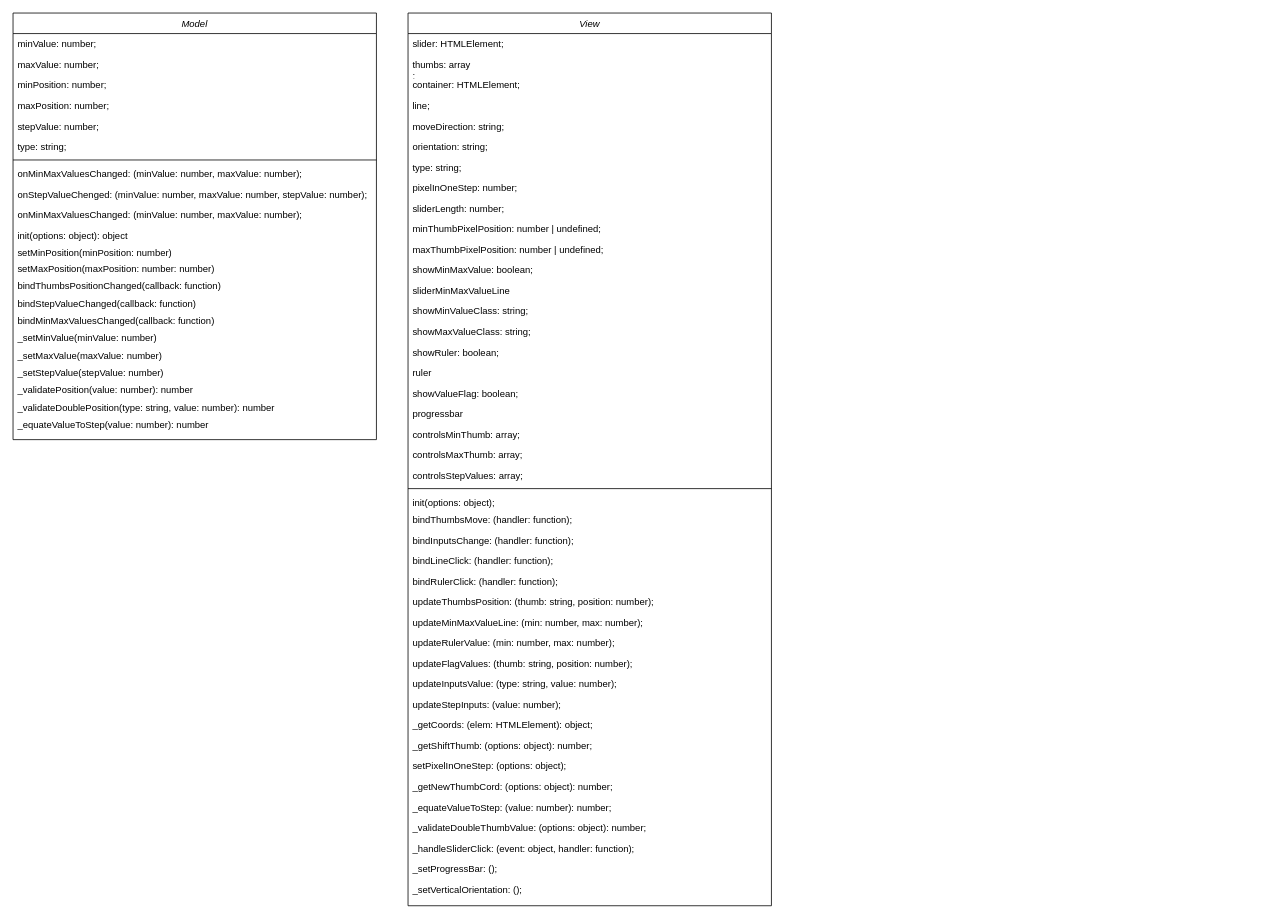
Above: src/Uml.drawio in ZinMari/jq-range-slider (draw.io), before the change. Source tidied: cells renumbered, new cells numbered last; positions are measured from the earlier drawing's top-left corner, leaving out a move shared by most shapes. Both pictures are drawn from the tidied source at 79%, with x=0, y=0 at pixel (13, 13).
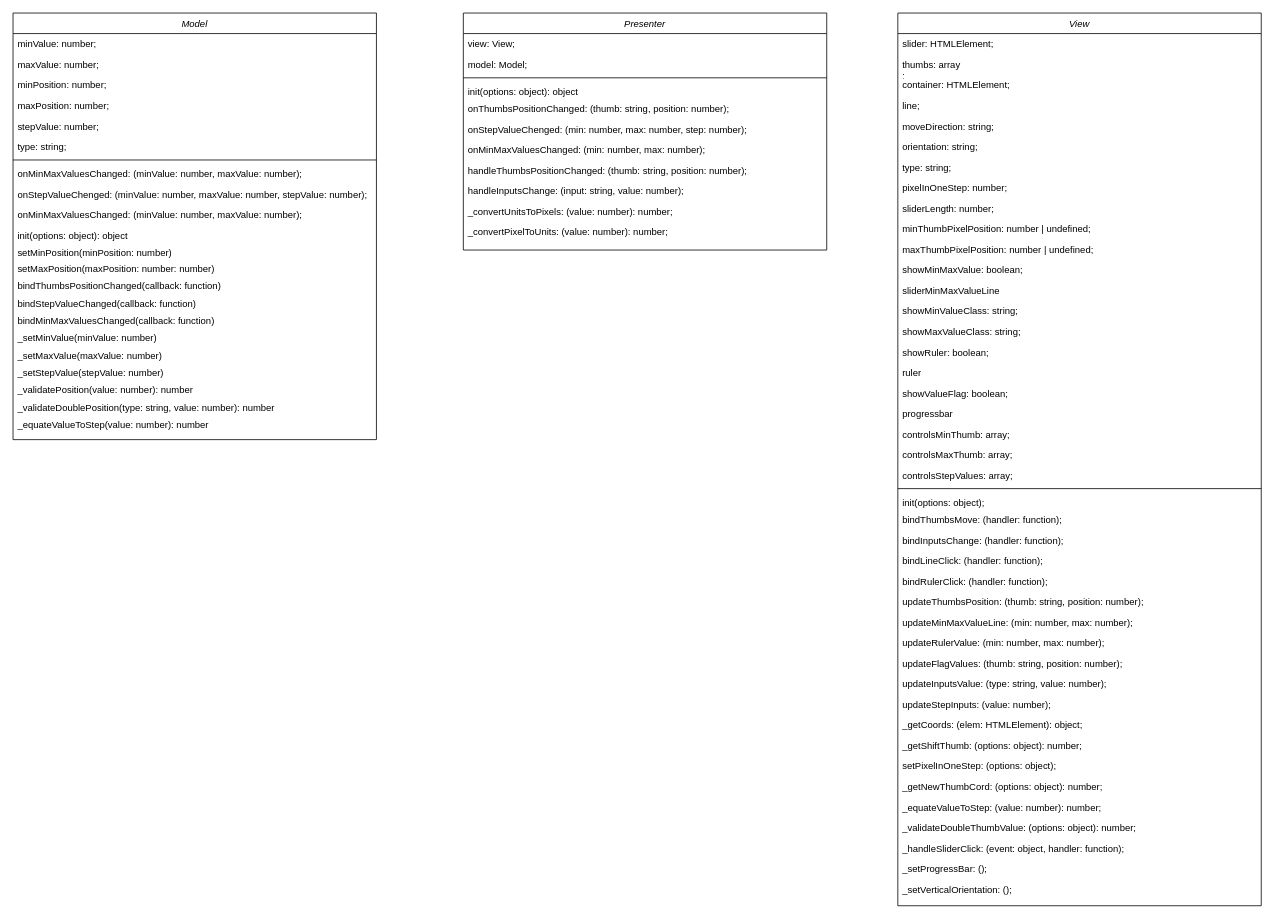
The same page after the edit.

Commit message:
feat: add presenter class to uml

The edit, as a diff of the source:
```diff
@@
     <mxCell id="25" value="View" style="swimlane;fontStyle=2;align=center;verticalAlign=top;horizontal=1;startSize=26;rounded=0;shadow=0;strokeWidth=1;" parent="1" vertex="1">
-      <mxGeometry x="500" width="460" height="1130" as="geometry" />
+      <mxGeometry x="1120" width="460" height="1130" as="geometry" />
     </mxCell>
@@
+    <mxCell id="69" value="Presenter" style="swimlane;fontStyle=2;align=center;verticalAlign=top;horizontal=1;startSize=26;rounded=0;shadow=0;strokeWidth=1;" parent="1" vertex="1">
+      <mxGeometry x="570" width="460" height="300" as="geometry" />
+    </mxCell>
+    <mxCell id="70" value="view: View;" style="text;align=left;verticalAlign=top;spacingLeft=4;spacingRight=4;overflow=hidden;rounded=0;shadow=0;html=0;" parent="69" vertex="1">
+      <mxGeometry y="26" width="460" height="26" as="geometry" />
+    </mxCell>
+    <mxCell id="71" value="model: Model;" style="text;align=left;verticalAlign=top;spacingLeft=4;spacingRight=4;overflow=hidden;rounded=0;shadow=0;html=0;" parent="69" vertex="1">
+      <mxGeometry y="52" width="460" height="26" as="geometry" />
+    </mxCell>
+    <mxCell id="72" style="line;html=1;strokeWidth=1;align=left;verticalAlign=middle;spacingTop=-1;spacingLeft=3;spacingRight=3;labelPosition=right;" parent="69" vertex="1">
+      <mxGeometry y="78" width="460" height="8" as="geometry" />
+    </mxCell>
+    <mxCell id="73" value="init(options: object): object" style="text;align=left;verticalAlign=top;spacingLeft=4;spacingRight=4;overflow=hidden;" parent="69" vertex="1">
+      <mxGeometry y="86" width="460" height="22" as="geometry" />
+    </mxCell>
+    <mxCell id="74" value="onThumbsPositionChanged: (thumb: string, position: number);" style="text;align=left;verticalAlign=top;spacingLeft=4;spacingRight=4;overflow=hidden;rounded=0;shadow=0;html=0;" parent="69" vertex="1">
+      <mxGeometry y="108" width="460" height="26" as="geometry" />
+    </mxCell>
+    <mxCell id="75" value="onStepValueChenged: (min: number, max: number, step: number);" style="text;align=left;verticalAlign=top;spacingLeft=4;spacingRight=4;overflow=hidden;rounded=0;shadow=0;html=0;" parent="69" vertex="1">
+      <mxGeometry y="134" width="460" height="26" as="geometry" />
+    </mxCell>
+    <mxCell id="76" value="onMinMaxValuesChanged: (min: number, max: number);" style="text;align=left;verticalAlign=top;spacingLeft=4;spacingRight=4;overflow=hidden;rounded=0;shadow=0;html=0;" parent="69" vertex="1">
+      <mxGeometry y="160" width="460" height="26" as="geometry" />
+    </mxCell>
+    <mxCell id="77" value="handleThumbsPositionChanged: (thumb: string, position: number);" style="text;align=left;verticalAlign=top;spacingLeft=4;spacingRight=4;overflow=hidden;rounded=0;shadow=0;html=0;" parent="69" vertex="1">
+      <mxGeometry y="186" width="460" height="26" as="geometry" />
+    </mxCell>
+    <mxCell id="78" value="handleInputsChange: (input: string, value: number);" style="text;align=left;verticalAlign=top;spacingLeft=4;spacingRight=4;overflow=hidden;rounded=0;shadow=0;html=0;" parent="69" vertex="1">
+      <mxGeometry y="212" width="460" height="26" as="geometry" />
+    </mxCell>
+    <mxCell id="79" value="_convertUnitsToPixels: (value: number): number;" style="text;align=left;verticalAlign=top;spacingLeft=4;spacingRight=4;overflow=hidden;rounded=0;shadow=0;html=0;" parent="69" vertex="1">
+      <mxGeometry y="238" width="460" height="26" as="geometry" />
+    </mxCell>
+    <mxCell id="80" value="_convertPixelToUnits: (value: number): number;" style="text;align=left;verticalAlign=top;spacingLeft=4;spacingRight=4;overflow=hidden;rounded=0;shadow=0;html=0;" parent="69" vertex="1">
+      <mxGeometry y="264" width="460" height="26" as="geometry" />
+    </mxCell>
```
